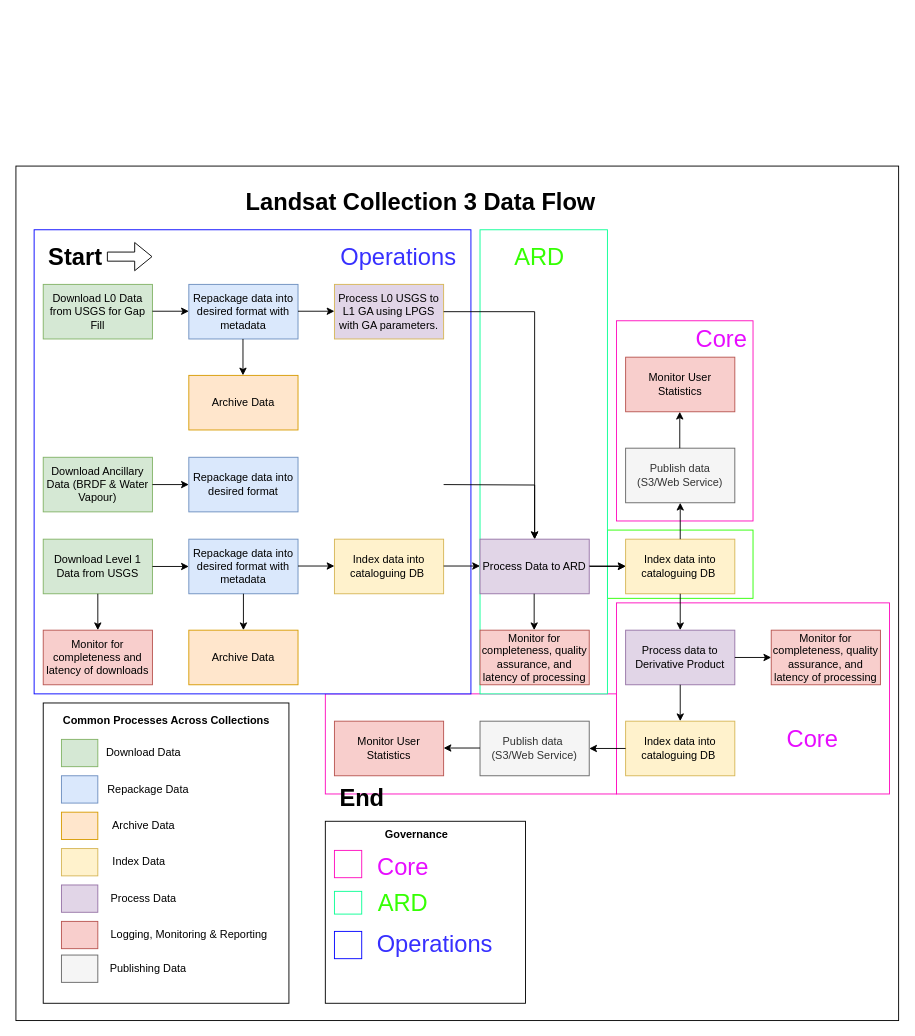
The draw.io diagram collection3/c3dataflow.drawio in dunkgray/dea-document-images, before the edit. Source tidied: cells renumbered, new cells numbered last; positions are measured from the earlier drawing's top-left corner, leaving out a move shared by most shapes. Both pictures are drawn from the tidied source at 91%, with x=0, y=0 at pixel (15, 166).
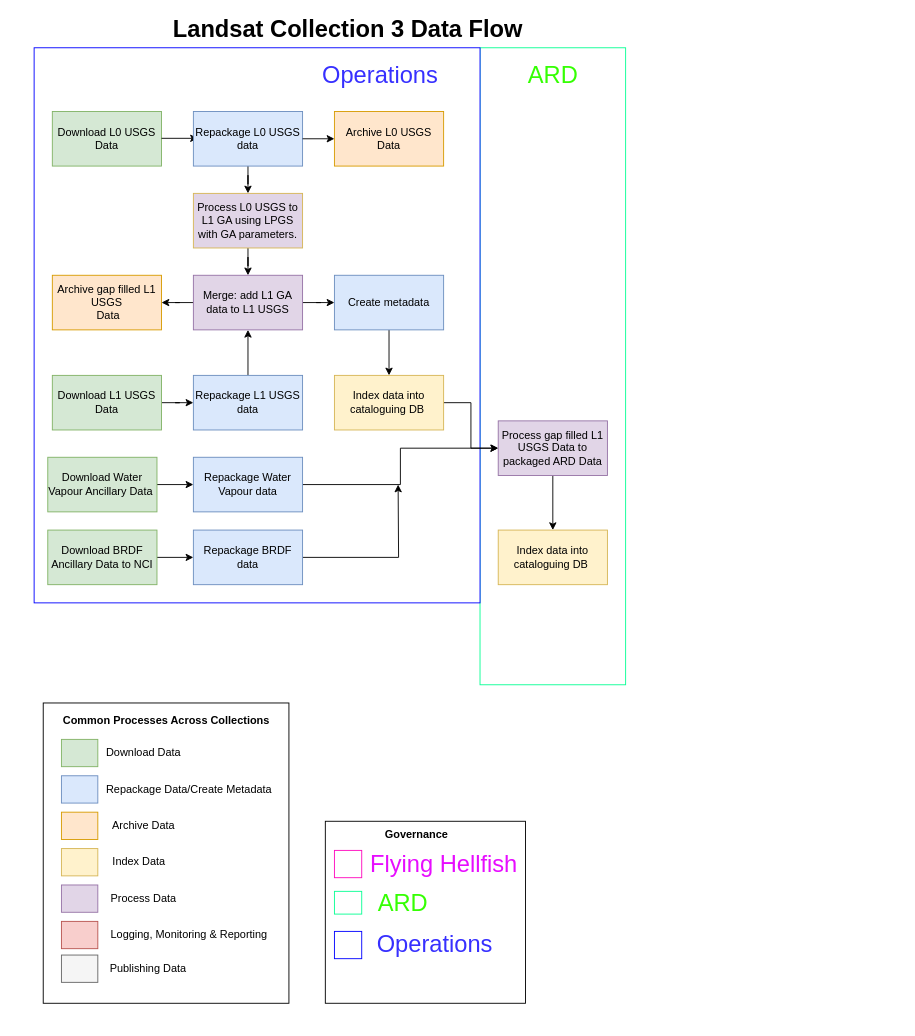
The same page after the edit.

The edit, as a diff of the source:
```diff
@@
-    <mxCell id="2" style="rounded=0;whiteSpace=wrap;html=1;labelBackgroundColor=none;fontSize=26;" parent="1" vertex="1">
-      <mxGeometry width="970" height="939" as="geometry" />
-    </mxCell>
-    <mxCell id="3" style="rounded=0;whiteSpace=wrap;html=1;labelBackgroundColor=none;fontSize=26;strokeColor=#FF0ABE;" parent="1" vertex="1">
-      <mxGeometry x="660" y="170" width="150" height="220" as="geometry" />
-    </mxCell>
-    <mxCell id="4" style="rounded=0;whiteSpace=wrap;html=1;labelBackgroundColor=none;fontSize=26;strokeColor=#FF0ABE;" parent="1" vertex="1">
-      <mxGeometry x="340" y="580" width="320" height="110" as="geometry" />
-    </mxCell>
-    <mxCell id="5" style="rounded=0;whiteSpace=wrap;html=1;labelBackgroundColor=none;fontSize=26;strokeColor=#FF0ABE;" parent="1" vertex="1">
-      <mxGeometry x="660" y="480" width="300" height="210" as="geometry" />
-    </mxCell>
-    <mxCell id="6" style="rounded=0;whiteSpace=wrap;html=1;labelBackgroundColor=none;fontSize=26;strokeColor=#2BFF00;" parent="1" vertex="1">
-      <mxGeometry x="650" y="400" width="160" height="75" as="geometry" />
-    </mxCell>
     <mxCell id="7" style="rounded=0;whiteSpace=wrap;html=1;labelBackgroundColor=none;fontSize=26;strokeColor=#08FF94;" parent="1" vertex="1">
-      <mxGeometry x="510" y="70" width="140" height="510" as="geometry" />
+      <mxGeometry x="510" y="-130" width="160" height="700" as="geometry" />
     </mxCell>
     <mxCell id="8" style="rounded=0;whiteSpace=wrap;html=1;labelBackgroundColor=none;fontSize=26;strokeColor=#0000FF;" parent="1" vertex="1">
-      <mxGeometry x="20" y="70" width="480" height="510" as="geometry" />
+      <mxGeometry x="20" y="-130" width="490" height="610" as="geometry" />
     </mxCell>
     <mxCell id="9" value="Landsat Collection 3 Data Flow" style="text;html=1;strokeColor=none;fillColor=none;align=center;verticalAlign=middle;whiteSpace=wrap;rounded=0;fontStyle=1;fontSize=26;" parent="1" vertex="1">
-      <mxGeometry x="180" y="30" width="530" height="20" as="geometry" />
+      <mxGeometry x="100" y="-160" width="530" height="20" as="geometry" />
     </mxCell>
+    <mxCell id="83" style="edgeStyle=orthogonalEdgeStyle;rounded=0;jettySize=auto;html=1;" parent="1" edge="1" source="10" target="12">
+      <mxGeometry relative="1" as="geometry" />
+    </mxCell>
-    <mxCell id="10" value="Download Level 1 Data from USGS" style="rounded=0;whiteSpace=wrap;html=1;fillColor=#d5e8d4;strokeColor=#82b366;" parent="1" vertex="1">
-      <mxGeometry x="30" y="410" width="120" height="60" as="geometry" />
+    <mxCell id="10" value="Download Water Vapour Ancillary Data&amp;nbsp;" style="rounded=0;whiteSpace=wrap;html=1;fillColor=#d5e8d4;strokeColor=#82b366;" parent="1" vertex="1">
+      <mxGeometry x="35" y="320" width="120" height="60" as="geometry" />
     </mxCell>
-    <mxCell id="11" style="endArrow=classic;html=1;exitX=1;exitY=0.5;exitDx=0;exitDy=0;" parent="1" edge="1" source="10">
-      <mxGeometry relative="1" as="geometry">
-        <mxPoint x="190" y="440" as="targetPoint" />
-      </mxGeometry>
-    </mxCell>
+    <mxCell id="84" style="edgeStyle=orthogonalEdgeStyle;rounded=0;jettySize=auto;html=1;" parent="1" edge="1" source="12" target="96">
+      <mxGeometry relative="1" as="geometry" />
+    </mxCell>
-    <mxCell id="12" value="Repackage data into desired format with metadata" style="rounded=0;whiteSpace=wrap;html=1;fillColor=#dae8fc;strokeColor=#6c8ebf;" parent="1" vertex="1">
-      <mxGeometry x="190" y="410" width="120" height="60" as="geometry" />
+    <mxCell id="12" value="Repackage Water Vapour data" style="rounded=0;whiteSpace=wrap;html=1;fillColor=#dae8fc;strokeColor=#6c8ebf;" parent="1" vertex="1">
+      <mxGeometry x="195" y="320" width="120" height="60" as="geometry" />
     </mxCell>
-    <mxCell id="13" style="endArrow=classic;html=1;exitX=0.5;exitY=1;exitDx=0;exitDy=0;" parent="1" edge="1" source="10">
-      <mxGeometry relative="1" as="geometry">
-        <mxPoint x="90" y="510" as="targetPoint" />
-      </mxGeometry>
-    </mxCell>
-    <mxCell id="14" value="Monitor for completeness and latency of downloads" style="rounded=0;whiteSpace=wrap;html=1;fillColor=#f8cecc;strokeColor=#b85450;" parent="1" vertex="1">
-      <mxGeometry x="30" y="510" width="120" height="60" as="geometry" />
-    </mxCell>
-    <mxCell id="15" style="endArrow=classic;html=1;exitX=1;exitY=0.5;exitDx=0;exitDy=0;" parent="1" edge="1">
-      <mxGeometry relative="1" as="geometry">
-        <mxPoint x="310" y="439.5" as="sourcePoint" />
-        <mxPoint x="350" y="439.5" as="targetPoint" />
-      </mxGeometry>
-    </mxCell>
-    <mxCell id="16" value="Index data into cataloguing DB&amp;nbsp;" style="rounded=0;whiteSpace=wrap;html=1;fillColor=#fff2cc;strokeColor=#d6b656;" parent="1" vertex="1">
-      <mxGeometry x="350" y="410" width="120" height="60" as="geometry" />
-    </mxCell>
-    <mxCell id="17" style="endArrow=classic;html=1;exitX=1;exitY=0.5;exitDx=0;exitDy=0;" parent="1" edge="1">
-      <mxGeometry relative="1" as="geometry">
-        <mxPoint x="470" y="439.5" as="sourcePoint" />
-        <mxPoint x="510" y="439.5" as="targetPoint" />
-      </mxGeometry>
-    </mxCell>
+    <mxCell id="85" value="Index data into cataloguing DB&amp;nbsp;" style="rounded=0;whiteSpace=wrap;html=1;fillColor=#fff2cc;strokeColor=#d6b656;" parent="1" vertex="1">
+      <mxGeometry x="530" y="400" width="120" height="60" as="geometry" />
+    </mxCell>
+    <mxCell id="20" style="edgeStyle=orthogonalEdgeStyle;rounded=0;jettySize=auto;html=1;" parent="1" edge="1" source="18" target="19">
+      <mxGeometry relative="1" as="geometry" />
+    </mxCell>
-    <mxCell id="18" value="Download Ancillary Data (BRDF &amp;amp; Water Vapour)" style="rounded=0;whiteSpace=wrap;html=1;fillColor=#d5e8d4;strokeColor=#82b366;" parent="1" vertex="1">
-      <mxGeometry x="30" y="320" width="120" height="60" as="geometry" />
+    <mxCell id="18" value="Download BRDF Ancillary Data to NCI" style="rounded=0;whiteSpace=wrap;html=1;fillColor=#d5e8d4;strokeColor=#82b366;" parent="1" vertex="1">
+      <mxGeometry x="35" y="400" width="120" height="60" as="geometry" />
     </mxCell>
+    <mxCell id="86" style="edgeStyle=orthogonalEdgeStyle;rounded=0;jettySize=auto;html=1;exitX=1;exitY=0.5;exitDx=0;exitDy=0;" parent="1" edge="1" source="19">
+      <mxGeometry relative="1" as="geometry">
+        <mxPoint x="420" y="350" as="targetPoint" />
+      </mxGeometry>
+    </mxCell>
-    <mxCell id="19" value="Repackage data into desired format" style="rounded=0;whiteSpace=wrap;html=1;fillColor=#dae8fc;strokeColor=#6c8ebf;" parent="1" vertex="1">
-      <mxGeometry x="190" y="320" width="120" height="60" as="geometry" />
+    <mxCell id="19" value="Repackage BRDF data" style="rounded=0;whiteSpace=wrap;html=1;fillColor=#dae8fc;strokeColor=#6c8ebf;" parent="1" vertex="1">
+      <mxGeometry x="195" y="400" width="120" height="60" as="geometry" />
     </mxCell>
-    <mxCell id="20" style="endArrow=classic;html=1;exitX=1;exitY=0.5;exitDx=0;exitDy=0;" parent="1" edge="1" source="18" target="19">
-      <mxGeometry relative="1" as="geometry" />
-    </mxCell>
-    <mxCell id="21" style="edgeStyle=orthogonalEdgeStyle;rounded=0;jettySize=auto;html=1;" parent="1" edge="1" source="22" target="26">
-      <mxGeometry relative="1" as="geometry" />
-    </mxCell>
+    <mxCell id="87" style="edgeStyle=orthogonalEdgeStyle;rounded=0;jettySize=auto;html=1;" parent="1" edge="1" source="22" target="56">
+      <mxGeometry relative="1" as="geometry" />
+    </mxCell>
+    <mxCell id="88" style="edgeStyle=orthogonalEdgeStyle;rounded=0;jettySize=auto;html=1;" parent="1" edge="1" source="22" target="98">
+      <mxGeometry relative="1" as="geometry" />
+    </mxCell>
-    <mxCell id="22" value="Process Data to ARD" style="rounded=0;whiteSpace=wrap;html=1;fillColor=#e1d5e7;strokeColor=#9673a6;" parent="1" vertex="1">
-      <mxGeometry x="510" y="410" width="120" height="60" as="geometry" />
+    <mxCell id="22" value="&lt;span id=&quot;docs-internal-guid-347685b5-7fff-a14c-e350-477d4d46355e&quot;&gt;&lt;span style=&quot;background-color: transparent ; vertical-align: baseline&quot;&gt;&lt;font style=&quot;font-size: 12px&quot;&gt;Merge: add L1 GA data to L1 USGS &lt;/font&gt;&lt;/span&gt;&lt;/span&gt;" style="rounded=0;whiteSpace=wrap;html=1;fillColor=#e1d5e7;strokeColor=#9673a6;" parent="1" vertex="1">
+      <mxGeometry x="195" y="120" width="120" height="60" as="geometry" />
     </mxCell>
-    <mxCell id="23" style="endArrow=classic;html=1;exitX=0.5;exitY=1;exitDx=0;exitDy=0;" parent="1" edge="1">
-      <mxGeometry relative="1" as="geometry">
-        <mxPoint x="569.5" y="470" as="sourcePoint" />
-        <mxPoint x="569.5" y="510" as="targetPoint" />
-      </mxGeometry>
-    </mxCell>
-    <mxCell id="24" value="Monitor for completeness, quality assurance, and latency of processing" style="rounded=0;whiteSpace=wrap;html=1;fillColor=#f8cecc;strokeColor=#b85450;" parent="1" vertex="1">
-      <mxGeometry x="510" y="510" width="120" height="60" as="geometry" />
-    </mxCell>
-    <mxCell id="25" style="endArrow=classic;html=1;exitX=1;exitY=0.5;exitDx=0;exitDy=0;" parent="1" edge="1">
-      <mxGeometry relative="1" as="geometry">
-        <mxPoint x="630" y="439.5" as="sourcePoint" />
-        <mxPoint x="670" y="439.5" as="targetPoint" />
-      </mxGeometry>
-    </mxCell>
-    <mxCell id="26" value="Index data into cataloguing DB&amp;nbsp;" style="rounded=0;whiteSpace=wrap;html=1;fillColor=#fff2cc;strokeColor=#d6b656;" parent="1" vertex="1">
-      <mxGeometry x="670" y="410" width="120" height="60" as="geometry" />
-    </mxCell>
-    <mxCell id="27" style="edgeStyle=orthogonalEdgeStyle;rounded=0;jettySize=auto;html=1;exitX=0.5;exitY=1;exitDx=0;exitDy=0;entryX=0.5;entryY=0;entryDx=0;entryDy=0;" parent="1" edge="1" source="26" target="28">
-      <mxGeometry relative="1" as="geometry" />
-    </mxCell>
-    <mxCell id="28" value="Process data to Derivative Product" style="rounded=0;whiteSpace=wrap;html=1;fillColor=#e1d5e7;strokeColor=#9673a6;" parent="1" vertex="1">
-      <mxGeometry x="670" y="510" width="120" height="60" as="geometry" />
-    </mxCell>
-    <mxCell id="29" style="endArrow=classic;html=1;exitX=0.5;exitY=1;exitDx=0;exitDy=0;entryX=0.5;entryY=0;entryDx=0;entryDy=0;" parent="1" edge="1" source="28" target="30">
-      <mxGeometry relative="1" as="geometry" />
-    </mxCell>
-    <mxCell id="30" value="Index data into cataloguing DB&amp;nbsp;" style="rounded=0;whiteSpace=wrap;html=1;fillColor=#fff2cc;strokeColor=#d6b656;" parent="1" vertex="1">
-      <mxGeometry x="670" y="610" width="120" height="60" as="geometry" />
-    </mxCell>
-    <mxCell id="31" style="endArrow=classic;html=1;exitX=1;exitY=0.5;exitDx=0;exitDy=0;entryX=0;entryY=0.5;entryDx=0;entryDy=0;" parent="1" edge="1" source="28" target="32">
-      <mxGeometry relative="1" as="geometry" />
-    </mxCell>
-    <mxCell id="32" value="Monitor for completeness, quality assurance, and latency of processing" style="rounded=0;whiteSpace=wrap;html=1;fillColor=#f8cecc;strokeColor=#b85450;" parent="1" vertex="1">
-      <mxGeometry x="830" y="510" width="120" height="60" as="geometry" />
-    </mxCell>
-    <mxCell id="33" value="Publish data&amp;nbsp;&lt;br&gt;(S3/Web Service)" style="rounded=0;whiteSpace=wrap;html=1;fillColor=#f5f5f5;strokeColor=#666666;fontColor=#333333;" parent="1" vertex="1">
-      <mxGeometry x="510" y="610" width="120" height="60" as="geometry" />
-    </mxCell>
-    <mxCell id="34" value="Publish data &lt;br&gt;(S3/Web Service)" style="rounded=0;whiteSpace=wrap;html=1;fillColor=#f5f5f5;strokeColor=#666666;fontColor=#333333;" parent="1" vertex="1">
-      <mxGeometry x="670" y="310" width="120" height="60" as="geometry" />
-    </mxCell>
-    <mxCell id="35" style="endArrow=classic;html=1;exitX=0.5;exitY=0;exitDx=0;exitDy=0;" parent="1" edge="1" source="26" target="34">
-      <mxGeometry relative="1" as="geometry" />
-    </mxCell>
-    <mxCell id="36" style="endArrow=classic;html=1;exitX=0;exitY=0.5;exitDx=0;exitDy=0;entryX=1;entryY=0.5;entryDx=0;entryDy=0;" parent="1" edge="1" source="30" target="33">
-      <mxGeometry relative="1" as="geometry" />
-    </mxCell>
@@
-    <mxCell id="42" value="Repackage Data" style="text;html=1;align=center;verticalAlign=middle;" parent="1" vertex="1">
-      <mxGeometry x="95" y="675" width="100" height="20" as="geometry" />
+    <mxCell id="42" value="Repackage Data/Create Metadata" style="text;html=1;align=center;verticalAlign=middle;" parent="1" vertex="1">
+      <mxGeometry x="90" y="675" width="200" height="20" as="geometry" />
     </mxCell>
@@
-    <mxCell id="53" style="edgeStyle=orthogonalEdgeStyle;rounded=0;jettySize=auto;html=1;entryX=0.5;entryY=0;entryDx=0;entryDy=0;exitX=1;exitY=0.5;exitDx=0;exitDy=0;" parent="1" edge="1" target="22">
-      <mxGeometry relative="1" as="geometry">
-        <mxPoint x="470" y="350" as="sourcePoint" />
-      </mxGeometry>
-    </mxCell>
-    <mxCell id="54" value="Archive Data" style="rounded=0;whiteSpace=wrap;html=1;fillColor=#ffe6cc;strokeColor=#d79b00;" parent="1" vertex="1">
-      <mxGeometry x="190" y="230" width="120" height="60" as="geometry" />
+    <mxCell id="54" value="Archive L0 USGS Data" style="rounded=0;whiteSpace=wrap;html=1;fillColor=#ffe6cc;strokeColor=#d79b00;" parent="1" vertex="1">
+      <mxGeometry x="350" y="-60" width="120" height="60" as="geometry" />
     </mxCell>
-    <mxCell id="55" style="endArrow=classic;html=1;exitX=0.5;exitY=1;exitDx=0;exitDy=0;entryX=0.5;entryY=0;entryDx=0;entryDy=0;" parent="1" edge="1" source="12" target="56">
-      <mxGeometry relative="1" as="geometry" />
-    </mxCell>
-    <mxCell id="56" value="Archive Data" style="rounded=0;whiteSpace=wrap;html=1;fillColor=#ffe6cc;strokeColor=#d79b00;" parent="1" vertex="1">
-      <mxGeometry x="190" y="510" width="120" height="60" as="geometry" />
+    <mxCell id="56" value="Archive gap filled L1 USGS&lt;br&gt;&amp;nbsp;Data" style="rounded=0;whiteSpace=wrap;html=1;fillColor=#ffe6cc;strokeColor=#d79b00;" parent="1" vertex="1">
+      <mxGeometry x="40" y="120" width="120" height="60" as="geometry" />
     </mxCell>
-    <mxCell id="57" value="Monitor User Statistics" style="rounded=0;whiteSpace=wrap;html=1;fillColor=#f8cecc;strokeColor=#b85450;" parent="1" vertex="1">
-      <mxGeometry x="670" y="210" width="120" height="60" as="geometry" />
-    </mxCell>
-    <mxCell id="58" value="Monitor User Statistics" style="rounded=0;whiteSpace=wrap;html=1;fillColor=#f8cecc;strokeColor=#b85450;" parent="1" vertex="1">
-      <mxGeometry x="350" y="610" width="120" height="60" as="geometry" />
-    </mxCell>
-    <mxCell id="59" style="endArrow=classic;html=1;exitX=0.5;exitY=0;exitDx=0;exitDy=0;" parent="1" edge="1">
-      <mxGeometry relative="1" as="geometry">
-        <mxPoint x="729.5" y="310" as="sourcePoint" />
-        <mxPoint x="729.5" y="270" as="targetPoint" />
-      </mxGeometry>
-    </mxCell>
-    <mxCell id="60" style="endArrow=classic;html=1;exitX=0;exitY=0.5;exitDx=0;exitDy=0;entryX=1;entryY=0.5;entryDx=0;entryDy=0;" parent="1" edge="1">
-      <mxGeometry relative="1" as="geometry">
-        <mxPoint x="510" y="639.5" as="sourcePoint" />
-        <mxPoint x="470" y="639.5" as="targetPoint" />
-      </mxGeometry>
-    </mxCell>
-    <mxCell id="61" value="Start" style="text;html=1;align=center;verticalAlign=middle;fontSize=26;fontStyle=1;" parent="1" vertex="1">
-      <mxGeometry x="30" y="80" width="70" height="40" as="geometry" />
-    </mxCell>
-    <mxCell id="62" value="End" style="text;html=1;align=center;verticalAlign=middle;fontSize=26;fontStyle=1;" parent="1" vertex="1">
-      <mxGeometry x="350" y="675" width="60" height="40" as="geometry" />
-    </mxCell>
-    <mxCell id="63" style="shape=flexArrow;endArrow=classic;html=1;fontSize=26;" parent="1" edge="1">
-      <mxGeometry relative="1" as="geometry">
-        <mxPoint x="100" y="99.5" as="sourcePoint" />
-        <mxPoint x="150" y="99.5" as="targetPoint" />
-      </mxGeometry>
-    </mxCell>
     <mxCell id="64" value="&lt;font color=&quot;#3730ff&quot;&gt;Operations&lt;/font&gt;" style="text;html=1;align=center;verticalAlign=middle;fontSize=26;fontStyle=0;" parent="1" vertex="1">
-      <mxGeometry x="350" y="80" width="140" height="40" as="geometry" />
+      <mxGeometry x="330" y="-120" width="140" height="40" as="geometry" />
     </mxCell>
     <mxCell id="65" value="&lt;font&gt;ARD&lt;/font&gt;" style="text;html=1;align=center;verticalAlign=middle;fontSize=26;fontStyle=0;fontColor=#35FF03;" parent="1" vertex="1">
-      <mxGeometry x="540" y="80" width="70" height="40" as="geometry" />
+      <mxGeometry x="555" y="-120" width="70" height="40" as="geometry" />
     </mxCell>
-    <mxCell id="66" value="&lt;font color=&quot;#e70dff&quot;&gt;Core&lt;/font&gt;" style="text;html=1;align=center;verticalAlign=middle;fontSize=26;fontStyle=0;fontColor=#35FF03;" parent="1" vertex="1">
-      <mxGeometry x="840" y="610" width="70" height="40" as="geometry" />
-    </mxCell>
-    <mxCell id="67" value="&lt;font color=&quot;#e70dff&quot;&gt;Core&lt;/font&gt;" style="text;html=1;align=center;verticalAlign=middle;fontSize=26;fontStyle=0;fontColor=#35FF03;" parent="1" vertex="1">
-      <mxGeometry x="740" y="170" width="70" height="40" as="geometry" />
-    </mxCell>
@@
-    <mxCell id="73" value="&lt;font color=&quot;#e70dff&quot;&gt;Core&lt;/font&gt;" style="text;html=1;align=center;verticalAlign=middle;fontSize=26;fontStyle=0;fontColor=#35FF03;" parent="1" vertex="1">
-      <mxGeometry x="390" y="750" width="70" height="40" as="geometry" />
+    <mxCell id="73" value="&lt;font color=&quot;#e70dff&quot;&gt;Flying Hellfish&lt;br&gt;&lt;/font&gt;" style="text;html=1;align=center;verticalAlign=middle;fontSize=26;fontStyle=0;fontColor=#35FF03;" parent="1" vertex="1">
+      <mxGeometry x="380" y="747" width="180" height="40" as="geometry" />
     </mxCell>
@@
-    <mxCell id="76" value="Download L0 Data from USGS for Gap Fill" style="rounded=0;whiteSpace=wrap;html=1;fillColor=#d5e8d4;strokeColor=#82b366;" parent="1" vertex="1">
-      <mxGeometry x="30" y="130" width="120" height="60" as="geometry" />
+    <mxCell id="76" value="Download L0 USGS Data" style="rounded=0;whiteSpace=wrap;html=1;fillColor=#d5e8d4;strokeColor=#82b366;" parent="1" vertex="1">
+      <mxGeometry x="40" y="-60" width="120" height="60" as="geometry" />
     </mxCell>
     <mxCell id="77" style="endArrow=classic;html=1;exitX=1;exitY=0.5;exitDx=0;exitDy=0;" parent="1" edge="1">
       <mxGeometry relative="1" as="geometry">
-        <mxPoint x="150" y="159.5" as="sourcePoint" />
-        <mxPoint x="190" y="159.5" as="targetPoint" />
+        <mxPoint x="160" y="-30.5" as="sourcePoint" />
+        <mxPoint x="200" y="-30.5" as="targetPoint" />
       </mxGeometry>
     </mxCell>
+    <mxCell id="89" style="edgeStyle=orthogonalEdgeStyle;rounded=0;jettySize=auto;html=1;" parent="1" edge="1" source="78" target="80">
+      <mxGeometry relative="1" as="geometry" />
+    </mxCell>
-    <mxCell id="78" value="Repackage data into desired format with metadata" style="rounded=0;whiteSpace=wrap;html=1;fillColor=#dae8fc;strokeColor=#6c8ebf;" parent="1" vertex="1">
-      <mxGeometry x="190" y="130" width="120" height="60" as="geometry" />
+    <mxCell id="78" value="Repackage L0 USGS data" style="rounded=0;whiteSpace=wrap;html=1;fillColor=#dae8fc;strokeColor=#6c8ebf;" parent="1" vertex="1">
+      <mxGeometry x="195" y="-60" width="120" height="60" as="geometry" />
     </mxCell>
-    <mxCell id="79" style="endArrow=classic;html=1;exitX=1;exitY=0.5;exitDx=0;exitDy=0;" parent="1" edge="1">
-      <mxGeometry relative="1" as="geometry">
-        <mxPoint x="310" y="159.5" as="sourcePoint" />
-        <mxPoint x="350" y="159.5" as="targetPoint" />
-      </mxGeometry>
-    </mxCell>
+    <mxCell id="81" style="edgeStyle=orthogonalEdgeStyle;rounded=0;jettySize=auto;html=1;" parent="1" edge="1" source="80" target="22">
+      <mxGeometry relative="1" as="geometry" />
+    </mxCell>
     <mxCell id="80" value="&lt;span id=&quot;docs-internal-guid-3314e49b-7fff-0ffe-2a96-ce71aa8f381f&quot;&gt;&lt;span style=&quot;background-color: transparent ; vertical-align: baseline&quot;&gt;&lt;font style=&quot;font-size: 12px&quot;&gt;Process L0 USGS to L1 GA using LPGS with GA parameters.&lt;/font&gt;&lt;/span&gt;&lt;/span&gt;" style="rounded=0;whiteSpace=wrap;html=1;fillColor=#e1d5e7;strokeColor=#d6b656;" parent="1" vertex="1">
-      <mxGeometry x="350" y="130" width="120" height="60" as="geometry" />
+      <mxGeometry x="195" y="30" width="120" height="60" as="geometry" />
     </mxCell>
-    <mxCell id="81" style="edgeStyle=orthogonalEdgeStyle;rounded=0;jettySize=auto;html=1;exitX=1;exitY=0.5;exitDx=0;exitDy=0;" parent="1" edge="1" source="80" target="22">
-      <mxGeometry relative="1" as="geometry" />
-    </mxCell>
-    <mxCell id="82" style="endArrow=classic;html=1;exitX=0.5;exitY=1;exitDx=0;exitDy=0;entryX=0.5;entryY=0;entryDx=0;entryDy=0;" parent="1" edge="1">
-      <mxGeometry relative="1" as="geometry">
-        <mxPoint x="249.5" y="190" as="sourcePoint" />
-        <mxPoint x="249.5" y="230" as="targetPoint" />
-      </mxGeometry>
-    </mxCell>
+    <mxCell id="90" style="endArrow=classic;html=1;exitX=1;exitY=0.5;exitDx=0;exitDy=0;entryX=0;entryY=0.5;entryDx=0;entryDy=0;" parent="1" edge="1" source="78" target="54">
+      <mxGeometry relative="1" as="geometry" />
+    </mxCell>
+    <mxCell id="91" style="edgeStyle=orthogonalEdgeStyle;rounded=0;jettySize=auto;html=1;" parent="1" edge="1" source="92" target="94">
+      <mxGeometry relative="1" as="geometry" />
+    </mxCell>
+    <mxCell id="92" value="Download L1 USGS Data" style="rounded=0;whiteSpace=wrap;html=1;fillColor=#d5e8d4;strokeColor=#82b366;" parent="1" vertex="1">
+      <mxGeometry x="40" y="230" width="120" height="60" as="geometry" />
+    </mxCell>
+    <mxCell id="93" style="edgeStyle=orthogonalEdgeStyle;rounded=0;jettySize=auto;html=1;" parent="1" edge="1" source="94" target="22">
+      <mxGeometry relative="1" as="geometry" />
+    </mxCell>
+    <mxCell id="94" value="Repackage L1 USGS data" style="rounded=0;whiteSpace=wrap;html=1;fillColor=#dae8fc;strokeColor=#6c8ebf;" parent="1" vertex="1">
+      <mxGeometry x="195" y="230" width="120" height="60" as="geometry" />
+    </mxCell>
+    <mxCell id="95" style="edgeStyle=orthogonalEdgeStyle;rounded=0;jettySize=auto;html=1;" parent="1" edge="1" source="96" target="85">
+      <mxGeometry relative="1" as="geometry" />
+    </mxCell>
+    <mxCell id="96" value="Process gap filled L1 USGS Data to packaged ARD Data" style="rounded=0;whiteSpace=wrap;html=1;fillColor=#e1d5e7;strokeColor=#9673a6;" parent="1" vertex="1">
+      <mxGeometry x="530" y="280" width="120" height="60" as="geometry" />
+    </mxCell>
+    <mxCell id="97" style="edgeStyle=orthogonalEdgeStyle;rounded=0;jettySize=auto;html=1;" parent="1" edge="1" source="98" target="100">
+      <mxGeometry relative="1" as="geometry" />
+    </mxCell>
+    <mxCell id="98" value="Create metadata" style="rounded=0;whiteSpace=wrap;html=1;fillColor=#dae8fc;strokeColor=#6c8ebf;" parent="1" vertex="1">
+      <mxGeometry x="350" y="120" width="120" height="60" as="geometry" />
+    </mxCell>
+    <mxCell id="99" style="edgeStyle=orthogonalEdgeStyle;rounded=0;jettySize=auto;html=1;" parent="1" edge="1" source="100" target="96">
+      <mxGeometry relative="1" as="geometry" />
+    </mxCell>
+    <mxCell id="100" value="Index data into cataloguing DB&amp;nbsp;" style="rounded=0;whiteSpace=wrap;html=1;fillColor=#fff2cc;strokeColor=#d6b656;" parent="1" vertex="1">
+      <mxGeometry x="350" y="230" width="120" height="60" as="geometry" />
+    </mxCell>
```
